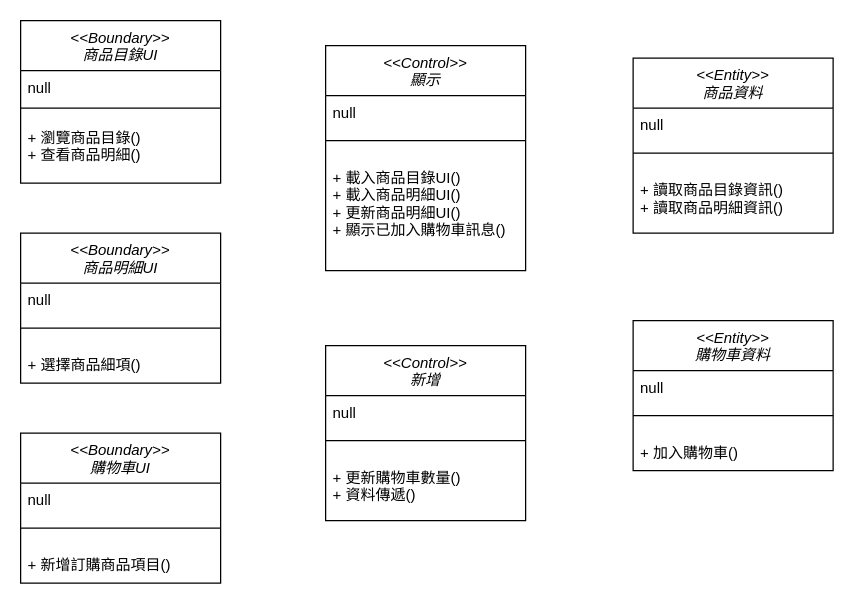
This is 商品訂購類別圖0515.drawio from odcs0320/blog, a draw.io file, before an edit. Source tidied: cells renumbered, new cells numbered last; positions are measured from the earlier drawing's top-left corner, leaving out a move shared by most shapes. Both pictures are drawn from the tidied source at 125%, with x=0, y=0 at pixel (20, 20).
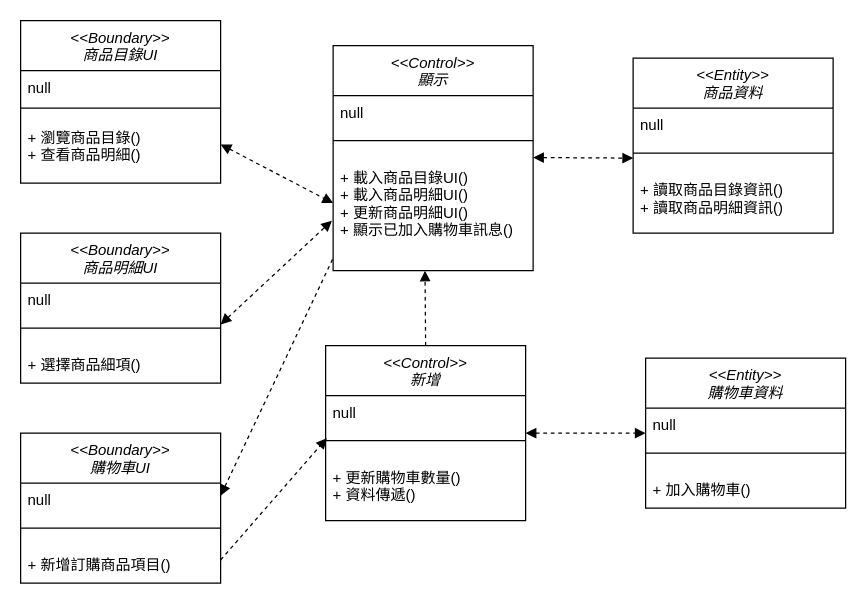
The same page after the edit.

Commit message:
更新商品訂購類別圖0515.drawio

The change refers to these unchanged cells:
```xml
<mxCell id="5" value="+ 瀏覽商品目錄()&#10;+ 查看商品明細()&#10;" style="text;align=left;verticalAlign=top;spacingLeft=4;spacingRight=4;overflow=hidden;points=[[0,0.5],[1,0.5]];portConstraint=eastwest;rounded=0;shadow=0;html=0;" parent="2" vertex="1">
  <mxGeometry y="80" width="160" height="38" as="geometry" />
</mxCell>
<mxCell id="11" value="null" style="text;align=left;verticalAlign=top;spacingLeft=4;spacingRight=4;overflow=hidden;points=[[0,0.5],[1,0.5]];portConstraint=eastwest;rounded=0;shadow=0;html=0;" parent="10" vertex="1">
  <mxGeometry y="40" width="160" height="20" as="geometry" />
</mxCell>
<mxCell id="17" value="+ 載入商品目錄UI()&#10;+ 載入商品明細UI()&#10;+ 更新商品明細UI()&#10;+ 顯示已加入購物車訊息()" style="text;align=left;verticalAlign=top;spacingLeft=4;spacingRight=4;overflow=hidden;points=[[0,0.5],[1,0.5]];portConstraint=eastwest;rounded=0;shadow=0;html=0;" parent="14" vertex="1">
  <mxGeometry y="92" width="160" height="68" as="geometry" />
</mxCell>
<mxCell id="18" value="&lt;&lt;Control&gt;&gt;&#10;新增" style="swimlane;fontStyle=2;align=center;verticalAlign=top;horizontal=1;startSize=40;rounded=0;shadow=0;strokeWidth=1;" parent="1" vertex="1">
  <mxGeometry x="244" y="260" width="160" height="140" as="geometry" />
</mxCell>
<mxCell id="20" style="line;html=1;strokeWidth=1;align=left;verticalAlign=middle;spacingTop=-1;spacingLeft=3;spacingRight=3;labelPosition=right;points=[];portConstraint=eastwest;" parent="18" vertex="1">
  <mxGeometry y="60" width="160" height="32" as="geometry" />
</mxCell>
```

The edit, as a diff of the source:
```diff
@@
     <mxCell id="14" value="&lt;&lt;Control&gt;&gt;&#10;顯示" style="swimlane;fontStyle=2;align=center;verticalAlign=top;horizontal=1;startSize=40;rounded=0;shadow=0;strokeWidth=1;" parent="1" vertex="1">
-      <mxGeometry x="244" y="20" width="160" height="180" as="geometry" />
+      <mxGeometry x="250" y="20" width="160" height="180" as="geometry" />
     </mxCell>
@@
     <mxCell id="26" value="&lt;&lt;Entity&gt;&gt;&#10;購物車資料" style="swimlane;fontStyle=2;align=center;verticalAlign=top;horizontal=1;startSize=40;rounded=0;shadow=0;strokeWidth=1;" parent="1" vertex="1">
-      <mxGeometry x="490" y="240" width="160" height="120" as="geometry" />
+      <mxGeometry x="500" y="270" width="160" height="120" as="geometry" />
     </mxCell>
@@
+    <mxCell id="30" style="endArrow=block;startArrow=block;endFill=1;startFill=1;html=1;rounded=0;exitX=1;exitY=0.5;exitDx=0;exitDy=0;entryX=0;entryY=0.5;entryDx=0;entryDy=0;dashed=1;" parent="1" edge="1" source="5" target="17">
+      <mxGeometry relative="1" as="geometry" />
+    </mxCell>
+    <mxCell id="31" style="endArrow=block;startArrow=block;endFill=1;startFill=1;html=1;rounded=0;exitX=1;exitY=0.5;exitDx=0;exitDy=0;entryX=-0.006;entryY=0.706;entryDx=0;entryDy=0;dashed=1;entryPerimeter=0;" parent="1" edge="1" target="17">
+      <mxGeometry relative="1" as="geometry">
+        <mxPoint x="160" y="243" as="sourcePoint" />
+      </mxGeometry>
+    </mxCell>
+    <mxCell id="32" style="endArrow=none;startArrow=block;endFill=0;startFill=1;html=1;rounded=0;exitX=1;exitY=0.5;exitDx=0;exitDy=0;dashed=1;" parent="1" edge="1" source="11">
+      <mxGeometry relative="1" as="geometry">
+        <mxPoint x="250" y="190" as="targetPoint" />
+      </mxGeometry>
+    </mxCell>
+    <mxCell id="33" style="endArrow=block;startArrow=none;endFill=1;startFill=0;html=1;rounded=0;dashed=1;exitX=0.5;exitY=0;exitDx=0;exitDy=0;" parent="1" edge="1" source="18">
+      <mxGeometry relative="1" as="geometry">
+        <mxPoint x="323.5" y="200" as="targetPoint" />
+      </mxGeometry>
+    </mxCell>
+    <mxCell id="34" style="endArrow=block;startArrow=block;endFill=1;startFill=1;html=1;rounded=0;exitX=1;exitY=0.5;exitDx=0;exitDy=0;dashed=1;" parent="1" edge="1">
+      <mxGeometry relative="1" as="geometry">
+        <mxPoint x="404" y="330" as="sourcePoint" />
+        <mxPoint x="500" y="330" as="targetPoint" />
+      </mxGeometry>
+    </mxCell>
+    <mxCell id="35" style="endArrow=block;startArrow=block;endFill=1;startFill=1;html=1;rounded=0;exitX=1;exitY=0.5;exitDx=0;exitDy=0;dashed=1;" parent="1" edge="1">
+      <mxGeometry relative="1" as="geometry">
+        <mxPoint x="410" y="109.5" as="sourcePoint" />
+        <mxPoint x="490" y="110" as="targetPoint" />
+      </mxGeometry>
+    </mxCell>
+    <mxCell id="36" style="endArrow=block;startArrow=none;endFill=1;startFill=0;html=1;rounded=0;exitX=1;exitY=0.5;exitDx=0;exitDy=0;dashed=1;entryX=0.006;entryY=0.438;entryDx=0;entryDy=0;entryPerimeter=0;" parent="1" edge="1" target="20">
+      <mxGeometry relative="1" as="geometry">
+        <mxPoint x="160" y="431.5" as="sourcePoint" />
+      </mxGeometry>
+    </mxCell>
```
